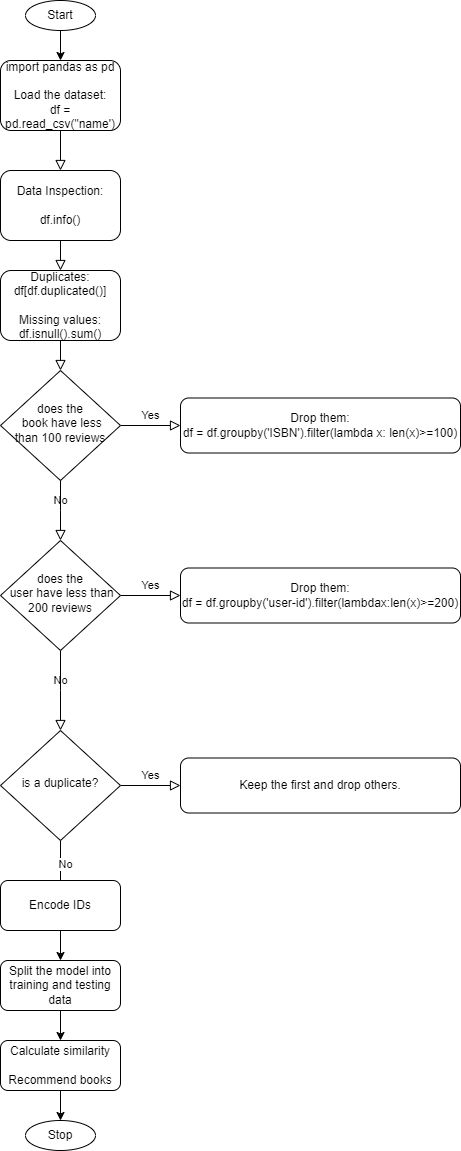
Before: BRS_flowchart.png, a diagram exported from draw.io (JoshiPrabin/Diagrams). Source tidied: cells renumbered, new cells last; positions are measured from the earlier drawing's top-left corner, leaving out a move shared by most shapes.
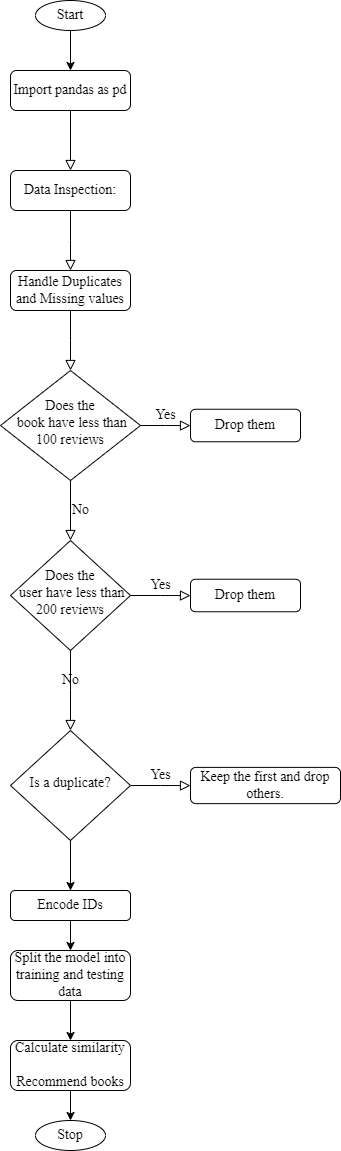
The same file after the commit.

Diff of the diagram source:
```diff
@@ -2,109 +2,113 @@
   <root>
     <mxCell id="0" />
     <mxCell id="1" parent="0" />
-    <mxCell id="2" style="rounded=0;html=1;jettySize=auto;fontSize=11;endArrow=block;endFill=0;endSize=8;strokeWidth=1;shadow=0;labelBackgroundColor=none;edgeStyle=orthogonalEdgeStyle;entryX=0.5;entryY=0;entryDx=0;entryDy=0;" parent="1" edge="1" source="3" target="12">
+    <mxCell id="2" style="rounded=0;html=1;jettySize=auto;fontSize=14;endArrow=block;endFill=0;endSize=8;strokeWidth=1;shadow=0;labelBackgroundColor=none;edgeStyle=orthogonalEdgeStyle;entryX=0.5;entryY=0;entryDx=0;entryDy=0;fontFamily=Times New Roman;" parent="1" edge="1" source="3" target="12">
       <mxGeometry relative="1" as="geometry" />
     </mxCell>
-    <mxCell id="3" value="import pandas as pd&lt;br&gt;&lt;br&gt;Load the dataset:&lt;br&gt;df = pd.read_csv(&quot;name')" style="rounded=1;whiteSpace=wrap;html=1;fontSize=12;glass=0;strokeWidth=1;shadow=0;" parent="1" vertex="1">
-      <mxGeometry y="60" width="120" height="70" as="geometry" />
+    <mxCell id="3" value="Import pandas as pd" style="rounded=1;whiteSpace=wrap;html=1;fontSize=14;glass=0;strokeWidth=1;shadow=0;fontFamily=Times New Roman;" parent="1" vertex="1">
+      <mxGeometry y="70" width="120" height="40" as="geometry" />
     </mxCell>
-    <mxCell id="4" value="Yes" style="edgeStyle=orthogonalEdgeStyle;rounded=0;html=1;jettySize=auto;fontSize=11;endArrow=block;endFill=0;endSize=8;strokeWidth=1;shadow=0;labelBackgroundColor=none;" parent="1" edge="1" source="5" target="6">
+    <mxCell id="4" value="Yes" style="edgeStyle=orthogonalEdgeStyle;rounded=0;html=1;jettySize=auto;fontSize=14;endArrow=block;endFill=0;endSize=8;strokeWidth=1;shadow=0;labelBackgroundColor=none;fontFamily=Times New Roman;" parent="1" edge="1" source="5" target="6">
       <mxGeometry y="10" relative="1" as="geometry" />
     </mxCell>
-    <mxCell id="5" value="does the&lt;br&gt;&amp;nbsp;book have less than 100 reviews" style="rhombus;whiteSpace=wrap;html=1;shadow=0;fontFamily=Helvetica;fontSize=12;align=center;strokeWidth=1;spacing=6;spacingTop=-4;" parent="1" vertex="1">
-      <mxGeometry y="370" width="120" height="110" as="geometry" />
+    <mxCell id="5" value="Does the&lt;br style=&quot;font-size: 14px;&quot;&gt;&amp;nbsp;book have less than 100 reviews" style="rhombus;whiteSpace=wrap;html=1;shadow=0;fontFamily=Times New Roman;fontSize=14;align=center;strokeWidth=1;spacing=6;spacingTop=-4;" parent="1" vertex="1">
+      <mxGeometry x="-10" y="370" width="140" height="110" as="geometry" />
     </mxCell>
-    <mxCell id="6" value="Drop them:&lt;br&gt;&lt;div style=&quot;text-align: left;&quot;&gt;&lt;span style=&quot;background-color: initial;&quot;&gt;df = df.groupby('ISBN').filter(lambda x: len(x)&amp;gt;=100)&lt;/span&gt;&lt;/div&gt;" style="rounded=1;whiteSpace=wrap;html=1;fontSize=12;glass=0;strokeWidth=1;shadow=0;" parent="1" vertex="1">
-      <mxGeometry x="180" y="397.5" width="280" height="55" as="geometry" />
+    <mxCell id="6" value="&lt;font style=&quot;vertical-align: inherit; font-size: 14px;&quot;&gt;&lt;font style=&quot;vertical-align: inherit; font-size: 14px;&quot;&gt;Drop them&lt;br style=&quot;font-size: 14px;&quot;&gt;&lt;/font&gt;&lt;/font&gt;" style="rounded=1;whiteSpace=wrap;html=1;fontSize=14;glass=0;strokeWidth=1;shadow=0;fontFamily=Times New Roman;" parent="1" vertex="1">
+      <mxGeometry x="180" y="408.8" width="110" height="32.5" as="geometry" />
     </mxCell>
-    <mxCell id="7" value="Start" style="ellipse;whiteSpace=wrap;html=1;" parent="1" vertex="1">
+    <mxCell id="7" value="Start" style="ellipse;whiteSpace=wrap;html=1;fontFamily=Times New Roman;fontSize=14;" parent="1" vertex="1">
       <mxGeometry x="25" width="70" height="30" as="geometry" />
     </mxCell>
-    <mxCell id="8" style="endArrow=classic;html=1;rounded=0;entryX=0.5;entryY=0;entryDx=0;entryDy=0;exitX=0.5;exitY=1;exitDx=0;exitDy=0;" parent="1" edge="1" source="7" target="3">
+    <mxCell id="8" style="endArrow=classic;html=1;rounded=0;entryX=0.5;entryY=0;entryDx=0;entryDy=0;exitX=0.5;exitY=1;exitDx=0;exitDy=0;fontFamily=Times New Roman;fontSize=14;" parent="1" edge="1" source="7" target="3">
       <mxGeometry relative="1" as="geometry" />
     </mxCell>
-    <mxCell id="9" style="endArrow=classic;html=1;rounded=0;" parent="1" edge="1">
+    <mxCell id="9" style="endArrow=classic;html=1;rounded=0;fontFamily=Times New Roman;fontSize=14;" parent="1" edge="1" source="23">
       <mxGeometry relative="1" as="geometry">
-        <mxPoint x="60" y="900" as="sourcePoint" />
         <mxPoint x="60" y="900" as="targetPoint" />
-        <Array as="points">
-          <mxPoint x="60" y="900" />
-          <mxPoint x="60" y="870" />
-          <mxPoint x="60" y="840" />
-        </Array>
       </mxGeometry>
     </mxCell>
-    <mxCell id="10" value="No" style="edgeLabel;html=1;align=center;verticalAlign=middle;" parent="9" vertex="1">
+    <mxCell id="10" value="No" style="edgeLabel;html=1;align=center;verticalAlign=middle;fontFamily=Times New Roman;fontSize=14;" parent="9" vertex="1">
       <mxGeometry x="0.38" y="4" relative="1" as="geometry" />
     </mxCell>
-    <mxCell id="11" style="rounded=0;html=1;jettySize=auto;fontSize=11;endArrow=block;endFill=0;endSize=8;strokeWidth=1;shadow=0;labelBackgroundColor=none;edgeStyle=orthogonalEdgeStyle;" parent="1" edge="1" source="12">
+    <mxCell id="11" style="rounded=0;html=1;jettySize=auto;fontSize=14;endArrow=block;endFill=0;endSize=8;strokeWidth=1;shadow=0;labelBackgroundColor=none;edgeStyle=orthogonalEdgeStyle;fontFamily=Times New Roman;" parent="1" edge="1" source="12">
       <mxGeometry relative="1" as="geometry">
         <mxPoint x="60" y="270" as="targetPoint" />
       </mxGeometry>
     </mxCell>
-    <mxCell id="12" value="Data Inspection:&lt;br&gt;&lt;br&gt;df.info()" style="rounded=1;whiteSpace=wrap;html=1;fontSize=12;glass=0;strokeWidth=1;shadow=0;" parent="1" vertex="1">
-      <mxGeometry y="170" width="120" height="70" as="geometry" />
+    <mxCell id="12" value="Data Inspection:" style="rounded=1;whiteSpace=wrap;html=1;fontSize=14;glass=0;strokeWidth=1;shadow=0;fontFamily=Times New Roman;" parent="1" vertex="1">
+      <mxGeometry y="170" width="120" height="40" as="geometry" />
     </mxCell>
-    <mxCell id="13" style="rounded=0;html=1;jettySize=auto;fontSize=11;endArrow=block;endFill=0;endSize=8;strokeWidth=1;shadow=0;labelBackgroundColor=none;edgeStyle=orthogonalEdgeStyle;" parent="1" edge="1" source="14">
+    <mxCell id="13" style="rounded=0;html=1;jettySize=auto;fontSize=14;endArrow=block;endFill=0;endSize=8;strokeWidth=1;shadow=0;labelBackgroundColor=none;edgeStyle=orthogonalEdgeStyle;fontFamily=Times New Roman;" parent="1" edge="1" source="14">
       <mxGeometry relative="1" as="geometry">
         <mxPoint x="60" y="370" as="targetPoint" />
       </mxGeometry>
     </mxCell>
-    <mxCell id="14" value="Duplicates:&lt;br&gt;df[df.duplicated()]&lt;br&gt;&lt;br&gt;Missing values:&lt;br&gt;df.isnull().sum()" style="rounded=1;whiteSpace=wrap;html=1;fontSize=12;glass=0;strokeWidth=1;shadow=0;" parent="1" vertex="1">
-      <mxGeometry y="270" width="120" height="70" as="geometry" />
+    <mxCell id="14" value="&lt;font style=&quot;vertical-align: inherit; font-size: 14px;&quot;&gt;&lt;font style=&quot;vertical-align: inherit; font-size: 14px;&quot;&gt;Handle Duplicates and Missing values&lt;/font&gt;&lt;/font&gt;" style="rounded=1;whiteSpace=wrap;html=1;fontSize=14;glass=0;strokeWidth=1;shadow=0;fontFamily=Times New Roman;" parent="1" vertex="1">
+      <mxGeometry y="270" width="120" height="40" as="geometry" />
     </mxCell>
-    <mxCell id="15" value="No" style="edgeStyle=orthogonalEdgeStyle;rounded=0;html=1;jettySize=auto;fontSize=11;endArrow=block;endFill=0;endSize=8;strokeWidth=1;shadow=0;labelBackgroundColor=none;" parent="1" edge="1" source="5">
+    <mxCell id="15" value="No" style="edgeStyle=orthogonalEdgeStyle;rounded=0;html=1;jettySize=auto;fontSize=14;endArrow=block;endFill=0;endSize=8;strokeWidth=1;shadow=0;labelBackgroundColor=none;fontFamily=Times New Roman;" parent="1" edge="1" source="5">
       <mxGeometry y="10" relative="1" as="geometry">
         <mxPoint x="60" y="540" as="targetPoint" />
       </mxGeometry>
     </mxCell>
-    <mxCell id="16" value="Yes" style="edgeStyle=orthogonalEdgeStyle;rounded=0;html=1;jettySize=auto;fontSize=11;endArrow=block;endFill=0;endSize=8;strokeWidth=1;shadow=0;labelBackgroundColor=none;" parent="1" edge="1" source="17" target="18">
+    <mxCell id="16" value="Yes" style="edgeStyle=orthogonalEdgeStyle;rounded=0;html=1;jettySize=auto;fontSize=14;endArrow=block;endFill=0;endSize=8;strokeWidth=1;shadow=0;labelBackgroundColor=none;fontFamily=Times New Roman;" parent="1" edge="1" source="17" target="18">
       <mxGeometry y="10" relative="1" as="geometry" />
     </mxCell>
-    <mxCell id="17" value="does the&lt;br&gt;&amp;nbsp;user have less than 200 reviews" style="rhombus;whiteSpace=wrap;html=1;shadow=0;fontFamily=Helvetica;fontSize=12;align=center;strokeWidth=1;spacing=6;spacingTop=-4;" parent="1" vertex="1">
+    <mxCell id="17" value="Does the&lt;br style=&quot;font-size: 14px;&quot;&gt;&amp;nbsp;user have less than 200 reviews" style="rhombus;whiteSpace=wrap;html=1;shadow=0;fontFamily=Times New Roman;fontSize=14;align=center;strokeWidth=1;spacing=6;spacingTop=-4;" parent="1" vertex="1">
       <mxGeometry y="540" width="120" height="110" as="geometry" />
     </mxCell>
-    <mxCell id="18" value="Drop them:&lt;br&gt;&lt;div style=&quot;text-align: left;&quot;&gt;&lt;span style=&quot;background-color: initial;&quot;&gt;df = df.groupby('user-id').filter(lambdax:len(x)&amp;gt;=200)&lt;/span&gt;&lt;/div&gt;" style="rounded=1;whiteSpace=wrap;html=1;fontSize=12;glass=0;strokeWidth=1;shadow=0;" parent="1" vertex="1">
-      <mxGeometry x="180" y="567.5" width="280" height="55" as="geometry" />
+    <mxCell id="18" value="&lt;font style=&quot;vertical-align: inherit; font-size: 14px;&quot;&gt;&lt;font style=&quot;vertical-align: inherit; font-size: 14px;&quot;&gt;&lt;font style=&quot;vertical-align: inherit; font-size: 14px;&quot;&gt;&lt;font style=&quot;vertical-align: inherit; font-size: 14px;&quot;&gt;Drop them&lt;br style=&quot;font-size: 14px;&quot;&gt;&lt;/font&gt;&lt;/font&gt;&lt;/font&gt;&lt;/font&gt;" style="rounded=1;whiteSpace=wrap;html=1;fontSize=14;glass=0;strokeWidth=1;shadow=0;fontFamily=Times New Roman;" parent="1" vertex="1">
+      <mxGeometry x="180" y="578.8" width="110" height="32.5" as="geometry" />
     </mxCell>
-    <mxCell id="19" value="No" style="edgeStyle=orthogonalEdgeStyle;rounded=0;html=1;jettySize=auto;fontSize=11;endArrow=block;endFill=0;endSize=8;strokeWidth=1;shadow=0;labelBackgroundColor=none;" parent="1" edge="1" source="17">
+    <mxCell id="19" value="No" style="edgeStyle=orthogonalEdgeStyle;rounded=0;html=1;jettySize=auto;fontSize=14;endArrow=block;endFill=0;endSize=8;strokeWidth=1;shadow=0;labelBackgroundColor=none;fontFamily=Times New Roman;" parent="1" edge="1" source="17">
       <mxGeometry y="10" relative="1" as="geometry">
         <mxPoint x="60" y="730" as="targetPoint" />
       </mxGeometry>
     </mxCell>
-    <mxCell id="20" value="Yes" style="edgeStyle=orthogonalEdgeStyle;rounded=0;html=1;jettySize=auto;fontSize=11;endArrow=block;endFill=0;endSize=8;strokeWidth=1;shadow=0;labelBackgroundColor=none;" parent="1" edge="1" source="21" target="22">
+    <mxCell id="20" value="Yes" style="edgeStyle=orthogonalEdgeStyle;rounded=0;html=1;jettySize=auto;fontSize=14;endArrow=block;endFill=0;endSize=8;strokeWidth=1;shadow=0;labelBackgroundColor=none;fontFamily=Times New Roman;" parent="1" edge="1" source="21" target="22">
       <mxGeometry y="10" relative="1" as="geometry" />
     </mxCell>
-    <mxCell id="21" value="is a duplicate?" style="rhombus;whiteSpace=wrap;html=1;shadow=0;fontFamily=Helvetica;fontSize=12;align=center;strokeWidth=1;spacing=6;spacingTop=-4;" parent="1" vertex="1">
+    <mxCell id="21" value="Is a duplicate?" style="rhombus;whiteSpace=wrap;html=1;shadow=0;fontFamily=Times New Roman;fontSize=14;align=center;strokeWidth=1;spacing=6;spacingTop=-4;" parent="1" vertex="1">
       <mxGeometry y="730" width="120" height="110" as="geometry" />
     </mxCell>
-    <mxCell id="22" value="Keep the first and drop others." style="rounded=1;whiteSpace=wrap;html=1;fontSize=12;glass=0;strokeWidth=1;shadow=0;" parent="1" vertex="1">
-      <mxGeometry x="180" y="757.5" width="280" height="55" as="geometry" />
+    <mxCell id="22" value="Keep the first and drop others." style="rounded=1;whiteSpace=wrap;html=1;fontSize=14;glass=0;strokeWidth=1;shadow=0;fontFamily=Times New Roman;" parent="1" vertex="1">
+      <mxGeometry x="180" y="766.9" width="150" height="36.2" as="geometry" />
     </mxCell>
-    <mxCell id="23" value="Encode IDs" style="rounded=1;whiteSpace=wrap;html=1;fontSize=12;glass=0;strokeWidth=1;shadow=0;" parent="1" vertex="1">
-      <mxGeometry y="880" width="120" height="50" as="geometry" />
-    </mxCell>
-    <mxCell id="24" style="endArrow=classic;html=1;rounded=0;exitX=0.5;exitY=1;exitDx=0;exitDy=0;entryX=0.5;entryY=0;entryDx=0;entryDy=0;" parent="1" edge="1" source="23" target="25">
+    <mxCell id="24" style="endArrow=classic;html=1;rounded=0;exitX=0.5;exitY=1;exitDx=0;exitDy=0;entryX=0.5;entryY=0;entryDx=0;entryDy=0;fontFamily=Times New Roman;fontSize=14;" parent="1" edge="1" source="23" target="25">
       <mxGeometry relative="1" as="geometry" />
     </mxCell>
-    <mxCell id="25" value="Split the model into training and testing data" style="rounded=1;whiteSpace=wrap;html=1;fontSize=12;glass=0;strokeWidth=1;shadow=0;" parent="1" vertex="1">
-      <mxGeometry y="960" width="120" height="50" as="geometry" />
+    <mxCell id="25" value="Split the model into training and testing data" style="rounded=1;whiteSpace=wrap;html=1;fontSize=14;glass=0;strokeWidth=1;shadow=0;fontFamily=Times New Roman;" parent="1" vertex="1">
+      <mxGeometry y="950" width="120" height="50" as="geometry" />
     </mxCell>
-    <mxCell id="26" style="endArrow=classic;html=1;rounded=0;exitX=0.5;exitY=1;exitDx=0;exitDy=0;" parent="1" edge="1" source="25">
+    <mxCell id="26" style="endArrow=classic;html=1;rounded=0;exitX=0.5;exitY=1;exitDx=0;exitDy=0;fontFamily=Times New Roman;fontSize=14;" parent="1" edge="1" source="25">
       <mxGeometry relative="1" as="geometry">
         <mxPoint x="60" y="1040" as="targetPoint" />
       </mxGeometry>
     </mxCell>
-    <mxCell id="27" value="Calculate similarity&lt;br&gt;&lt;br&gt;Recommend books" style="rounded=1;whiteSpace=wrap;html=1;fontSize=12;glass=0;strokeWidth=1;shadow=0;" parent="1" vertex="1">
+    <mxCell id="27" value="Calculate similarity&lt;br style=&quot;font-size: 14px;&quot;&gt;&lt;br style=&quot;font-size: 14px;&quot;&gt;Recommend books" style="rounded=1;whiteSpace=wrap;html=1;fontSize=14;glass=0;strokeWidth=1;shadow=0;fontFamily=Times New Roman;" parent="1" vertex="1">
       <mxGeometry y="1040" width="120" height="50" as="geometry" />
     </mxCell>
-    <mxCell id="28" style="endArrow=classic;html=1;rounded=0;exitX=0.5;exitY=1;exitDx=0;exitDy=0;" parent="1" edge="1" source="27">
+    <mxCell id="28" style="endArrow=classic;html=1;rounded=0;exitX=0.5;exitY=1;exitDx=0;exitDy=0;fontFamily=Times New Roman;fontSize=14;" parent="1" edge="1" source="27">
       <mxGeometry relative="1" as="geometry">
         <mxPoint x="60" y="1120" as="targetPoint" />
       </mxGeometry>
     </mxCell>
-    <mxCell id="29" value="Stop" style="ellipse;whiteSpace=wrap;html=1;" parent="1" vertex="1">
+    <mxCell id="29" value="Stop" style="ellipse;whiteSpace=wrap;html=1;fontFamily=Times New Roman;fontSize=14;" parent="1" vertex="1">
       <mxGeometry x="25" y="1120" width="70" height="30" as="geometry" />
     </mxCell>
+    <mxCell id="30" style="endArrow=classic;html=1;rounded=0;fontFamily=Times New Roman;fontSize=14;" parent="1" edge="1" target="23">
+      <mxGeometry relative="1" as="geometry">
+        <mxPoint x="60" y="900" as="sourcePoint" />
+        <Array as="points">
+          <mxPoint x="60" y="900" />
+          <mxPoint x="60" y="870" />
+          <mxPoint x="60" y="840" />
+        </Array>
+      </mxGeometry>
+    </mxCell>
+    <mxCell id="23" value="Encode IDs" style="rounded=1;whiteSpace=wrap;html=1;fontSize=14;glass=0;strokeWidth=1;shadow=0;fontFamily=Times New Roman;" parent="1" vertex="1">
+      <mxGeometry y="890" width="120" height="30" as="geometry" />
+    </mxCell>
   </root>
 </mxGraphModel>
```
